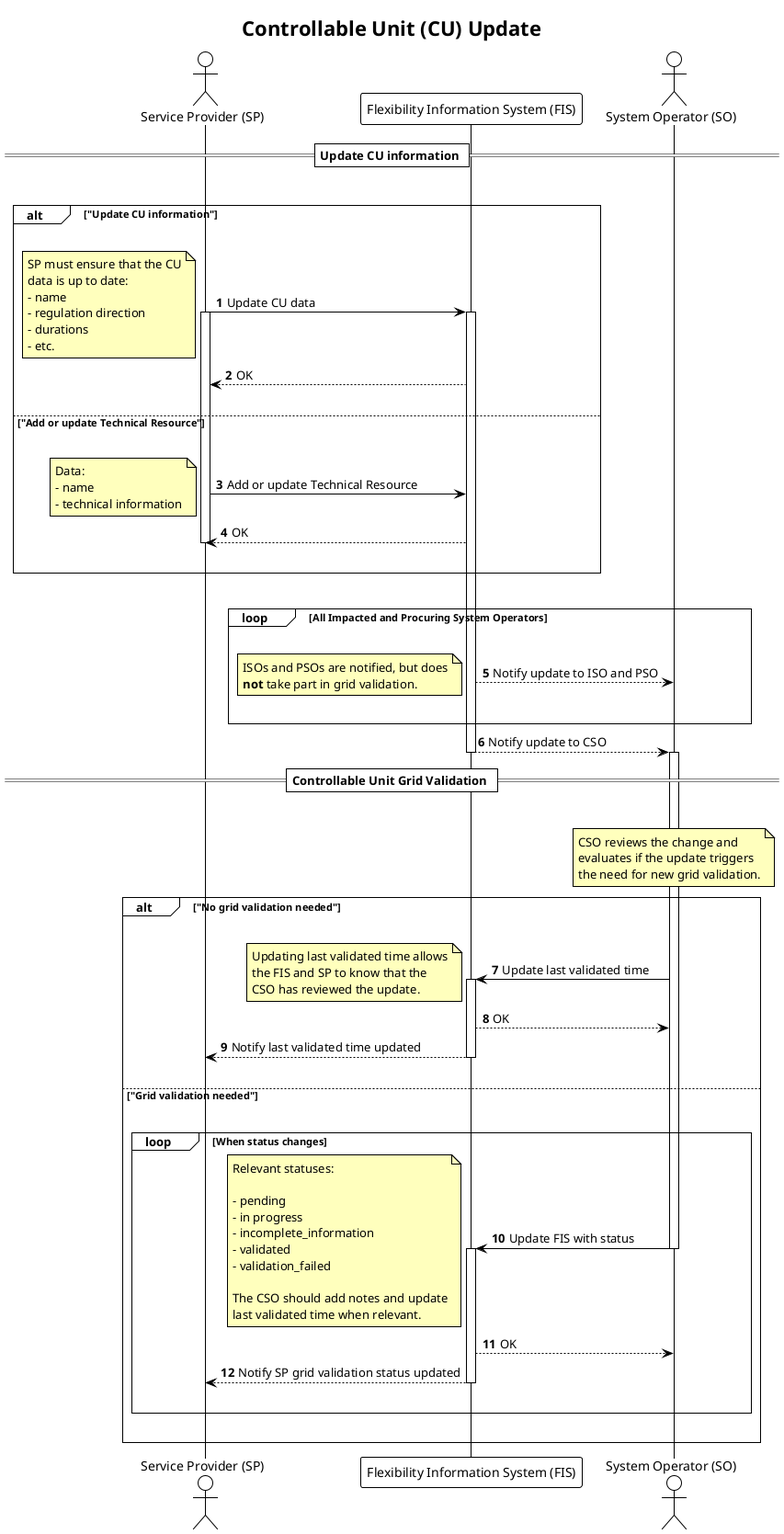
Before: docs/diagrams/controllable_unit_update.png, a diagram exported from PlantUML (elhub/flex-information-system). Source of this version:
```plantuml
@startuml controllable_unit_update
!theme plain

title Controllable Unit (CU) Update

autonumber
skinparam note {
    BackgroundColor #FFFFBD
}

actor "Service Provider (SP)" as SP
participant "Flexibility Information System (FIS)" as FIS
actor "System Operator (SO)" as SO


== Update CU information ==

|||

alt "Update CU information"
    |||
    SP -> FIS: Update CU data
    activate SP
note left
    SP must ensure that the CU
    data is up to date:
    - name
    - regulation direction
    - durations
    - etc.
end note
activate FIS
FIS --> SP: OK
    |||
else "Add or update Technical Resource"
    |||
    SP -> FIS: Add or update Technical Resource
    note left
        Data:
        - name
        - technical information
    end note
    FIS --> SP: OK
    deactivate SP
    |||
end
    |||

loop All Impacted and Procuring System Operators
    |||
    FIS --> SO: Notify update to ISO and PSO
    note left
        ISOs and PSOs are notified, but does
        <b>not</b> take part in grid validation.
    end note
    |||
end
FIS --> SO: Notify update to CSO
deactivate FIS

== Controllable Unit Grid Validation ==

activate SO
    |||
note over SO
    CSO reviews the change and
    evaluates if the update triggers
    the need for new grid validation.
end note

alt "No grid validation needed"
    |||
    SO -> FIS: Update last validated time
    note left
        Updating last validated time allows
        the FIS and SP to know that the
        CSO has reviewed the update.
    end note
    activate FIS
    FIS --> SO: OK
    FIS --> SP: Notify last validated time updated
    deactivate FIS
    |||
else "Grid validation needed"
    |||
    loop When status changes
        SO -> FIS: Update FIS with status
        deactivate SO
        note left
            Relevant statuses:

            - pending
            - in progress
            - incomplete_information
            - validated
            - validation_failed

            The CSO should add notes and update
            last validated time when relevant.
        end note
        activate FIS
        FIS --> SO: OK
        FIS --> SP: Notify SP grid validation status updated
        deactivate FIS
        |||
    end
    |||
end

@enduml
```
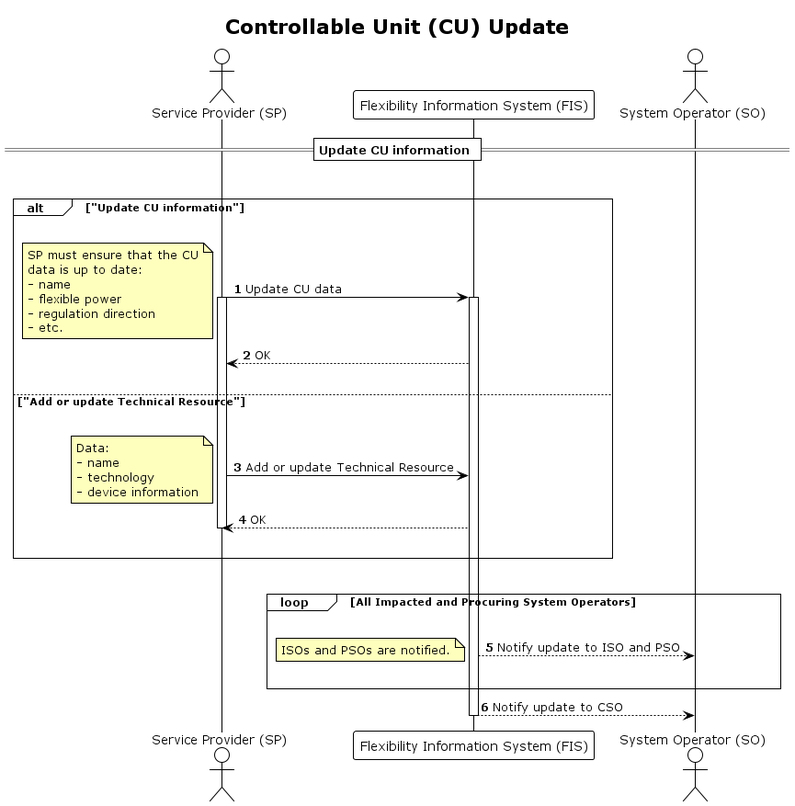
Above is the later version.

The edit, as a diff of the source:
```diff
@@ -25,8 +25,8 @@
     SP must ensure that the CU
     data is up to date:
     - name
+    - flexible power
     - regulation direction
-    - durations
     - etc.
 end note
 activate FIS
@@ -38,7 +38,8 @@
     note left
         Data:
         - name
-        - technical information
+        - technology
+        - device information
     end note
     FIS --> SP: OK
     deactivate SP
@@ -50,61 +51,11 @@
     |||
     FIS --> SO: Notify update to ISO and PSO
     note left
-        ISOs and PSOs are notified, but does
-        <b>not</b> take part in grid validation.
+        ISOs and PSOs are notified.
     end note
     |||
 end
 FIS --> SO: Notify update to CSO
 deactivate FIS
 
-== Controllable Unit Grid Validation ==
-
-activate SO
-    |||
-note over SO
-    CSO reviews the change and
-    evaluates if the update triggers
-    the need for new grid validation.
-end note
-
-alt "No grid validation needed"
-    |||
-    SO -> FIS: Update last validated time
-    note left
-        Updating last validated time allows
-        the FIS and SP to know that the
-        CSO has reviewed the update.
-    end note
-    activate FIS
-    FIS --> SO: OK
-    FIS --> SP: Notify last validated time updated
-    deactivate FIS
-    |||
-else "Grid validation needed"
-    |||
-    loop When status changes
-        SO -> FIS: Update FIS with status
-        deactivate SO
-        note left
-            Relevant statuses:
-
-            - pending
-            - in progress
-            - incomplete_information
-            - validated
-            - validation_failed
-
-            The CSO should add notes and update
-            last validated time when relevant.
-        end note
-        activate FIS
-        FIS --> SO: OK
-        FIS --> SP: Notify SP grid validation status updated
-        deactivate FIS
-        |||
-    end
-    |||
-end
-
 @enduml
```
